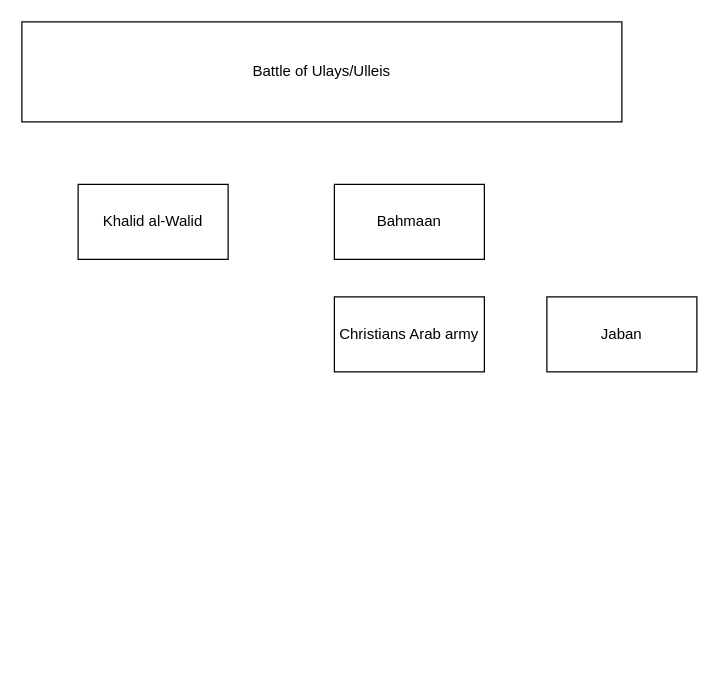
azryzdy/hobbies keeps this draw.io diagram as page "Abu Bakar" (2 of 51) of Islam Groupings.drawio. Above is the earlier version. Source tidied: cells renumbered, new cells numbered last; positions are measured from the earlier drawing's top-left corner, leaving out a move shared by most shapes. Both pictures are drawn from the tidied source at 125%, with x=0, y=0 at pixel (21, 21).
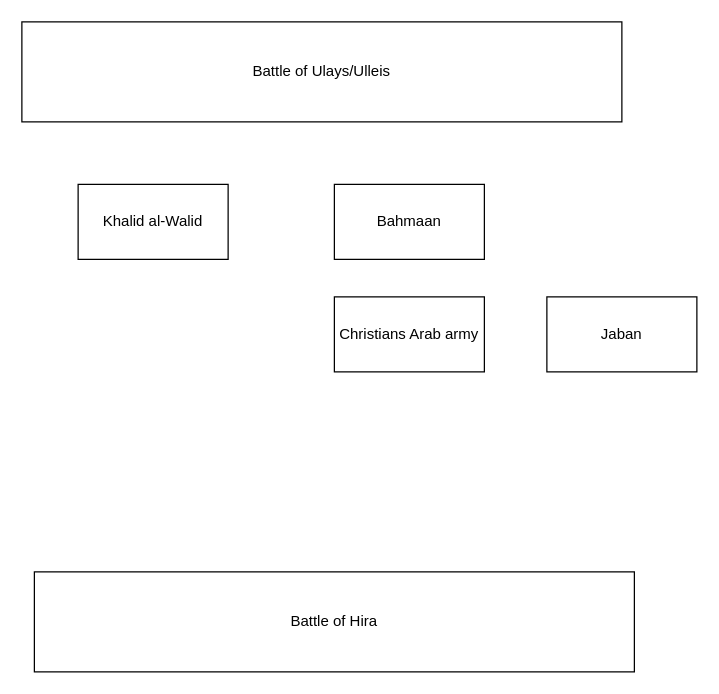
Above is the later version.

The edit, as a diff of the source:
```diff
@@
 <mxGraphModel>
   <root>
     <mxCell id="0" />
     <mxCell id="1" parent="0" />
     <mxCell id="2" value="Battle of Ulays/Ulleis" style="rounded=0;whiteSpace=wrap;html=1;" parent="1" vertex="1">
       <mxGeometry width="480" height="80" as="geometry" />
     </mxCell>
     <mxCell id="3" value="Bahmaan " style="rounded=0;whiteSpace=wrap;html=1;" parent="1" vertex="1">
       <mxGeometry x="250" y="130" width="120" height="60" as="geometry" />
     </mxCell>
     <mxCell id="4" value="Khalid al-Walid" style="rounded=0;whiteSpace=wrap;html=1;" parent="1" vertex="1">
       <mxGeometry x="45" y="130" width="120" height="60" as="geometry" />
     </mxCell>
     <mxCell id="5" value="Jaban" style="rounded=0;whiteSpace=wrap;html=1;" parent="1" vertex="1">
       <mxGeometry x="420" y="220" width="120" height="60" as="geometry" />
     </mxCell>
     <mxCell id="6" value="Christians Arab army " style="rounded=0;whiteSpace=wrap;html=1;" parent="1" vertex="1">
       <mxGeometry x="250" y="220" width="120" height="60" as="geometry" />
     </mxCell>
+    <mxCell id="7" value="Battle of Hira" style="rounded=0;whiteSpace=wrap;html=1;" parent="1" vertex="1">
+      <mxGeometry x="10" y="440" width="480" height="80" as="geometry" />
+    </mxCell>
   </root>
 </mxGraphModel>
```
